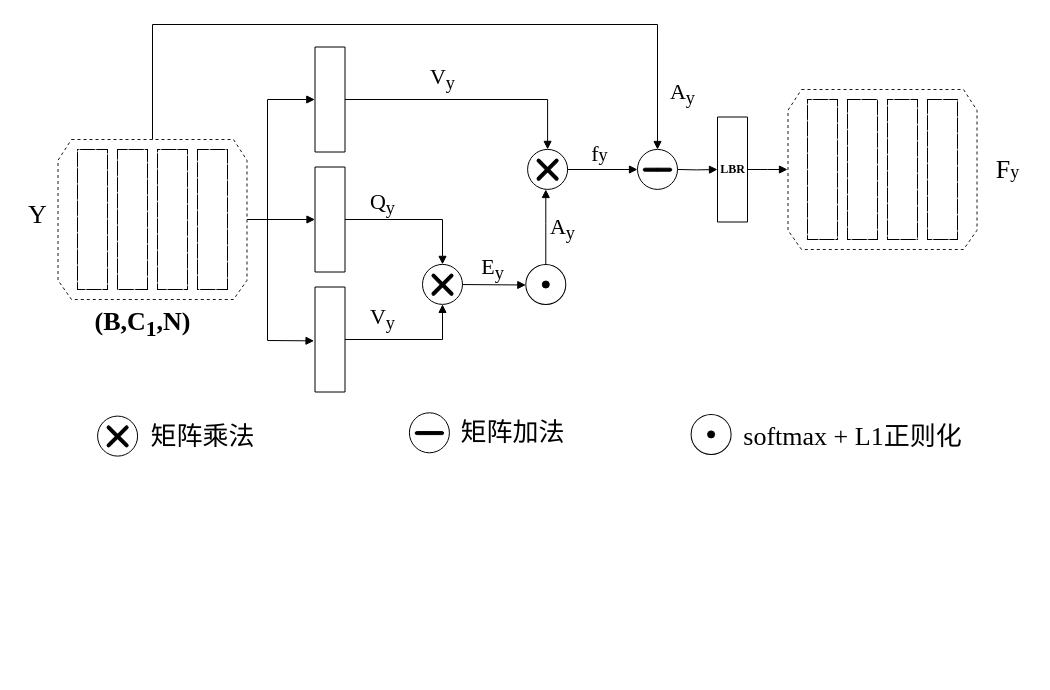
This is 未命名绘图.drawio from hyxy1906sbr/intelagr, a draw.io file, before an edit. Source tidied: cells renumbered, new cells numbered last; positions are measured from the earlier drawing's top-left corner, leaving out a move shared by most shapes. Both pictures are drawn from the tidied source at 100%, with x=0, y=0 at pixel (17, 24).
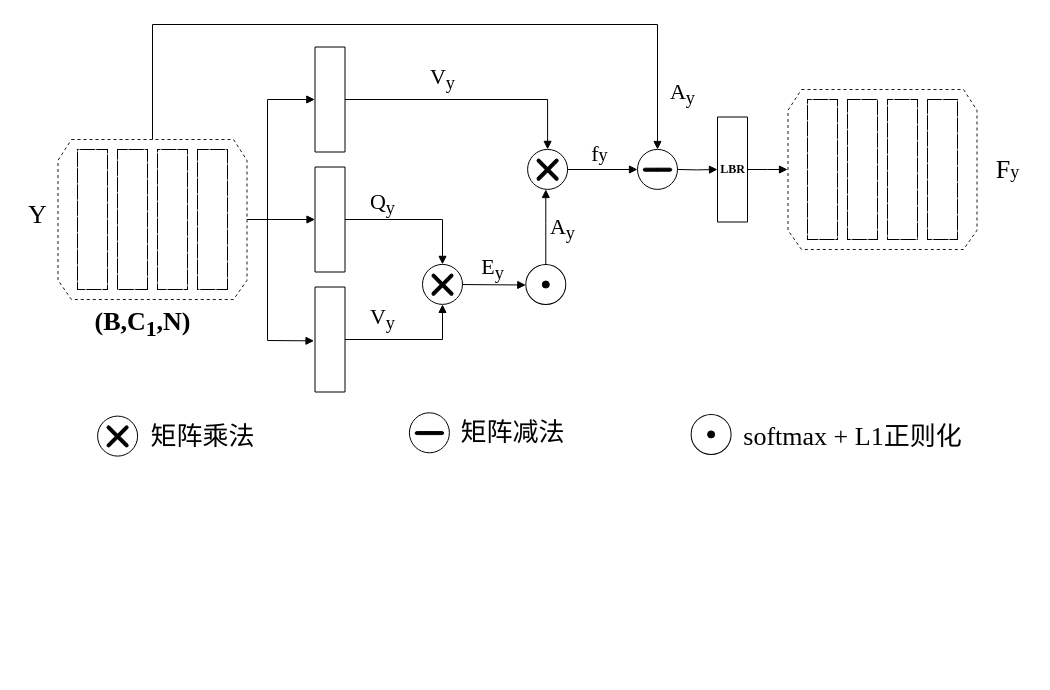
The same page after the edit.

Commit message:
更新未命名绘图.drawio

Unchanged cells that the change refers to:
```xml
<mxCell id="88" style="group;" parent="2" vertex="1">
  <mxGeometry x="391.9" y="380" width="168.3" height="56.6" as="geometry" />
</mxCell>
```

Change to the diagram source:
```diff
@@
-    <mxCell id="89" value="&lt;font face=&quot;宋体&quot;&gt;矩阵加法&lt;/font&gt;" style="text;html=1;align=center;verticalAlign=middle;strokeColor=none;fillColor=none;fontSize=26;fontFamily=Times New Roman;" parent="88" vertex="1">
+    <mxCell id="89" value="&lt;font face=&quot;宋体&quot;&gt;矩阵减法&lt;/font&gt;" style="text;html=1;align=center;verticalAlign=middle;strokeColor=none;fillColor=none;fontSize=26;fontFamily=Times New Roman;" parent="88" vertex="1">
       <mxGeometry x="38.3" y="3.3" width="130" height="50" as="geometry" />
     </mxCell>
```
